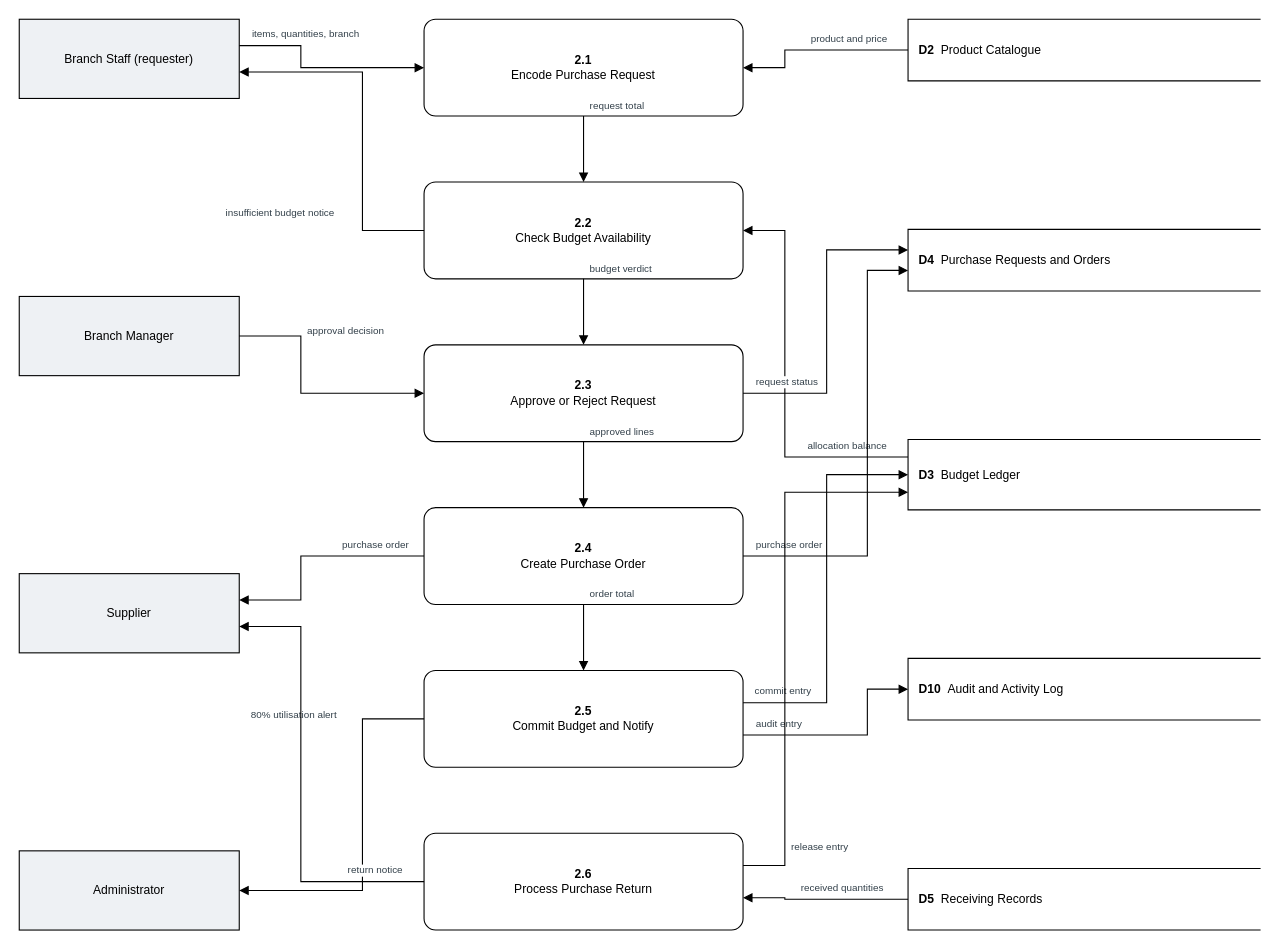
Earlier version of the draw.io diagram docs/dfd-drawio-single/Level-2-Process-2-0-Procurement.drawio (GROUP34-AirkingCapsProj/group34). Source tidied: cells renumbered, new cells numbered last; positions are measured from the earlier drawing's top-left corner, leaving out a move shared by most shapes. Both pictures are drawn from the tidied source at 110%, with x=0, y=0 at pixel (19, 19).
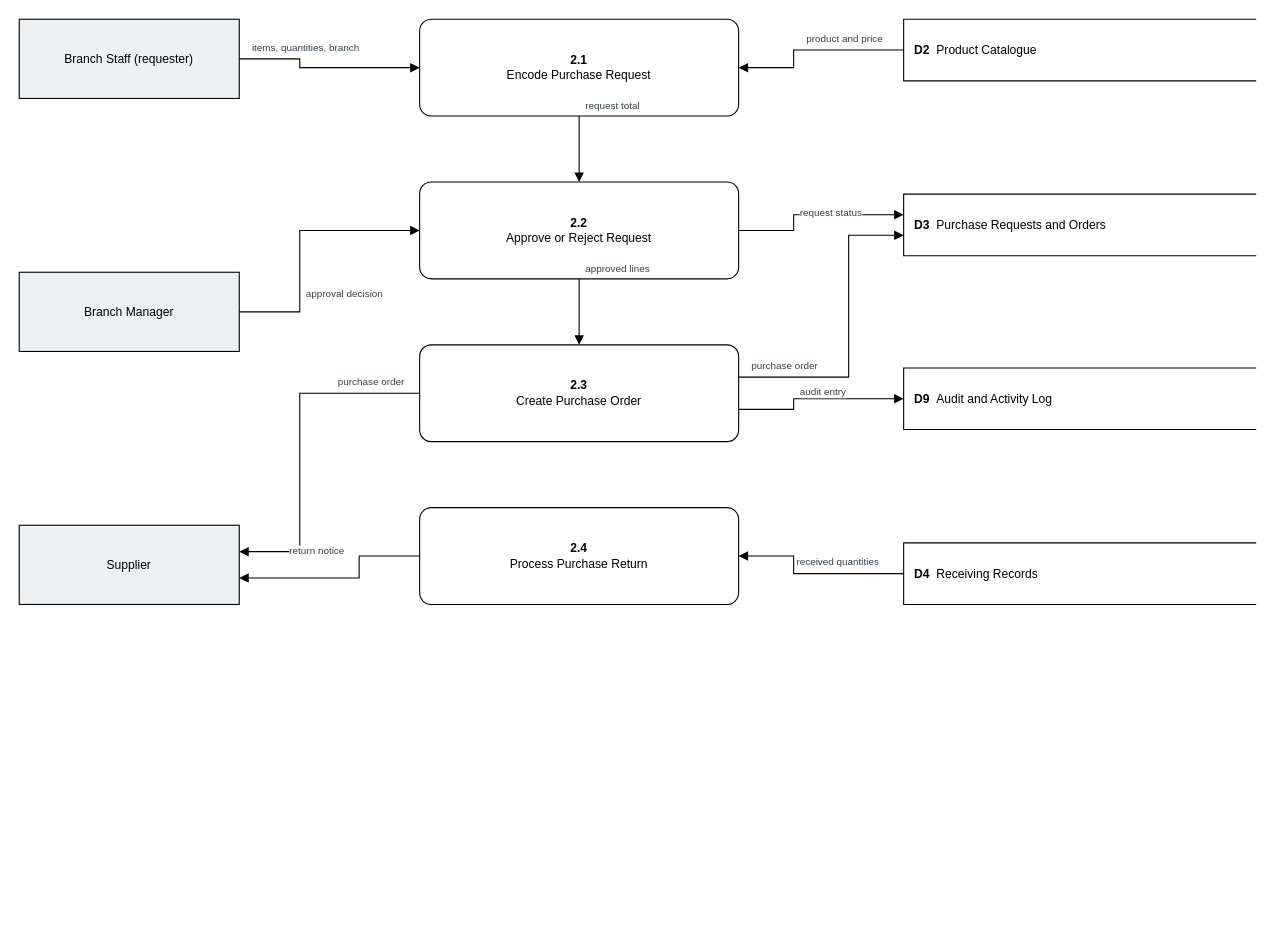
Above is the later version.

Unchanged cells that the change refers to:
```xml
<mxCell id="2" value="Branch Staff (requester)" style="rounded=0;whiteSpace=wrap;html=1;fillColor=#eef1f4;strokeColor=#000000;fontColor=#000000;fontSize=11;" parent="1" vertex="1">
  <mxGeometry width="200" height="72" as="geometry" />
</mxCell>
```

What changed in the source:
```diff
@@
     <mxCell id="3" value="Branch Manager" style="rounded=0;whiteSpace=wrap;html=1;fillColor=#eef1f4;strokeColor=#000000;fontColor=#000000;fontSize=11;" parent="1" vertex="1">
-      <mxGeometry y="252" width="200" height="72" as="geometry" />
+      <mxGeometry y="230" width="200" height="72" as="geometry" />
     </mxCell>
     <mxCell id="4" value="Supplier" style="rounded=0;whiteSpace=wrap;html=1;fillColor=#eef1f4;strokeColor=#000000;fontColor=#000000;fontSize=11;" parent="1" vertex="1">
-      <mxGeometry y="504" width="200" height="72" as="geometry" />
+      <mxGeometry y="460" width="200" height="72" as="geometry" />
     </mxCell>
-    <mxCell id="5" value="Administrator" style="rounded=0;whiteSpace=wrap;html=1;fillColor=#eef1f4;strokeColor=#000000;fontColor=#000000;fontSize=11;" parent="1" vertex="1">
-      <mxGeometry y="756" width="200" height="72" as="geometry" />
-    </mxCell>
     <mxCell id="6" value="&lt;b&gt;D2&lt;/b&gt;&amp;nbsp;&amp;nbsp;Product Catalogue" style="shape=partialRectangle;right=0;whiteSpace=wrap;html=1;fillColor=#ffffff;strokeColor=#000000;fontColor=#000000;fontSize=11;align=left;spacingLeft=8;" parent="1" vertex="1">
-      <mxGeometry x="808" width="320" height="56" as="geometry" />
+      <mxGeometry x="804" width="320" height="56" as="geometry" />
     </mxCell>
-    <mxCell id="7" value="&lt;b&gt;D4&lt;/b&gt;&amp;nbsp;&amp;nbsp;Purchase Requests and Orders" style="shape=partialRectangle;right=0;whiteSpace=wrap;html=1;fillColor=#ffffff;strokeColor=#000000;fontColor=#000000;fontSize=11;align=left;spacingLeft=8;" parent="1" vertex="1">
-      <mxGeometry x="808" y="191" width="320" height="56" as="geometry" />
+    <mxCell id="7" value="&lt;b&gt;D3&lt;/b&gt;&amp;nbsp;&amp;nbsp;Purchase Requests and Orders" style="shape=partialRectangle;right=0;whiteSpace=wrap;html=1;fillColor=#ffffff;strokeColor=#000000;fontColor=#000000;fontSize=11;align=left;spacingLeft=8;" parent="1" vertex="1">
+      <mxGeometry x="804" y="159" width="320" height="56" as="geometry" />
     </mxCell>
-    <mxCell id="8" value="&lt;b&gt;D3&lt;/b&gt;&amp;nbsp;&amp;nbsp;Budget Ledger" style="shape=partialRectangle;right=0;whiteSpace=wrap;html=1;fillColor=#ffffff;strokeColor=#000000;fontColor=#000000;fontSize=11;align=left;spacingLeft=8;" parent="1" vertex="1">
-      <mxGeometry x="808" y="382" width="320" height="64" as="geometry" />
-    </mxCell>
-    <mxCell id="9" value="&lt;b&gt;D10&lt;/b&gt;&amp;nbsp;&amp;nbsp;Audit and Activity Log" style="shape=partialRectangle;right=0;whiteSpace=wrap;html=1;fillColor=#ffffff;strokeColor=#000000;fontColor=#000000;fontSize=11;align=left;spacingLeft=8;" parent="1" vertex="1">
-      <mxGeometry x="808" y="581" width="320" height="56" as="geometry" />
+    <mxCell id="9" value="&lt;b&gt;D9&lt;/b&gt;&amp;nbsp;&amp;nbsp;Audit and Activity Log" style="shape=partialRectangle;right=0;whiteSpace=wrap;html=1;fillColor=#ffffff;strokeColor=#000000;fontColor=#000000;fontSize=11;align=left;spacingLeft=8;" parent="1" vertex="1">
+      <mxGeometry x="804" y="317" width="320" height="56" as="geometry" />
     </mxCell>
-    <mxCell id="10" value="&lt;b&gt;D5&lt;/b&gt;&amp;nbsp;&amp;nbsp;Receiving Records" style="shape=partialRectangle;right=0;whiteSpace=wrap;html=1;fillColor=#ffffff;strokeColor=#000000;fontColor=#000000;fontSize=11;align=left;spacingLeft=8;" parent="1" vertex="1">
-      <mxGeometry x="808" y="772" width="320" height="56" as="geometry" />
+    <mxCell id="10" value="&lt;b&gt;D4&lt;/b&gt;&amp;nbsp;&amp;nbsp;Receiving Records" style="shape=partialRectangle;right=0;whiteSpace=wrap;html=1;fillColor=#ffffff;strokeColor=#000000;fontColor=#000000;fontSize=11;align=left;spacingLeft=8;" parent="1" vertex="1">
+      <mxGeometry x="804" y="476" width="320" height="56" as="geometry" />
     </mxCell>
     <mxCell id="11" value="&lt;b&gt;2.1&lt;/b&gt;&lt;br&gt;Encode Purchase Request" style="rounded=1;arcSize=12;whiteSpace=wrap;html=1;fillColor=#ffffff;strokeColor=#000000;fontColor=#000000;fontSize=11;verticalAlign=middle;" parent="1" vertex="1">
-      <mxGeometry x="368" width="290" height="88" as="geometry" />
+      <mxGeometry x="364" width="290" height="88" as="geometry" />
     </mxCell>
-    <mxCell id="12" value="&lt;b&gt;2.2&lt;/b&gt;&lt;br&gt;Check Budget Availability" style="rounded=1;arcSize=12;whiteSpace=wrap;html=1;fillColor=#ffffff;strokeColor=#000000;fontColor=#000000;fontSize=11;verticalAlign=middle;" parent="1" vertex="1">
-      <mxGeometry x="368" y="148" width="290" height="88" as="geometry" />
-    </mxCell>
-    <mxCell id="13" value="&lt;b&gt;2.3&lt;/b&gt;&lt;br&gt;Approve or Reject Request" style="rounded=1;arcSize=12;whiteSpace=wrap;html=1;fillColor=#ffffff;strokeColor=#000000;fontColor=#000000;fontSize=11;verticalAlign=middle;" parent="1" vertex="1">
-      <mxGeometry x="368" y="296" width="290" height="88" as="geometry" />
+    <mxCell id="13" value="&lt;b&gt;2.2&lt;/b&gt;&lt;br&gt;Approve or Reject Request" style="rounded=1;arcSize=12;whiteSpace=wrap;html=1;fillColor=#ffffff;strokeColor=#000000;fontColor=#000000;fontSize=11;verticalAlign=middle;" parent="1" vertex="1">
+      <mxGeometry x="364" y="148" width="290" height="88" as="geometry" />
     </mxCell>
-    <mxCell id="14" value="&lt;b&gt;2.4&lt;/b&gt;&lt;br&gt;Create Purchase Order" style="rounded=1;arcSize=12;whiteSpace=wrap;html=1;fillColor=#ffffff;strokeColor=#000000;fontColor=#000000;fontSize=11;verticalAlign=middle;" parent="1" vertex="1">
-      <mxGeometry x="368" y="444" width="290" height="88" as="geometry" />
+    <mxCell id="14" value="&lt;b&gt;2.3&lt;/b&gt;&lt;br&gt;Create Purchase Order" style="rounded=1;arcSize=12;whiteSpace=wrap;html=1;fillColor=#ffffff;strokeColor=#000000;fontColor=#000000;fontSize=11;verticalAlign=middle;" parent="1" vertex="1">
+      <mxGeometry x="364" y="296" width="290" height="88" as="geometry" />
     </mxCell>
-    <mxCell id="15" value="&lt;b&gt;2.5&lt;/b&gt;&lt;br&gt;Commit Budget and Notify" style="rounded=1;arcSize=12;whiteSpace=wrap;html=1;fillColor=#ffffff;strokeColor=#000000;fontColor=#000000;fontSize=11;verticalAlign=middle;" parent="1" vertex="1">
-      <mxGeometry x="368" y="592" width="290" height="88" as="geometry" />
-    </mxCell>
-    <mxCell id="16" value="&lt;b&gt;2.6&lt;/b&gt;&lt;br&gt;Process Purchase Return" style="rounded=1;arcSize=12;whiteSpace=wrap;html=1;fillColor=#ffffff;strokeColor=#000000;fontColor=#000000;fontSize=11;verticalAlign=middle;" parent="1" vertex="1">
-      <mxGeometry x="368" y="740" width="290" height="88" as="geometry" />
+    <mxCell id="16" value="&lt;b&gt;2.4&lt;/b&gt;&lt;br&gt;Process Purchase Return" style="rounded=1;arcSize=12;whiteSpace=wrap;html=1;fillColor=#ffffff;strokeColor=#000000;fontColor=#000000;fontSize=11;verticalAlign=middle;" parent="1" vertex="1">
+      <mxGeometry x="364" y="444" width="290" height="88" as="geometry" />
     </mxCell>
-    <mxCell id="17" value="items, quantities, branch" style="edgeStyle=orthogonalEdgeStyle;rounded=0;html=1;strokeColor=#000000;fontColor=#33404a;fontSize=9;endArrow=block;endFill=1;labelBackgroundColor=#ffffff;align=left;verticalAlign=bottom;exitX=1.0000;exitY=0.3333;exitDx=0;exitDy=0;entryX=0.0000;entryY=0.5000;entryDx=0;entryDy=0;" parent="1" edge="1" source="2" target="11">
-      <mxGeometry x="-0.94" relative="1" as="geometry">
+    <mxCell id="17" value="items, quantities, branch" style="edgeStyle=orthogonalEdgeStyle;rounded=0;html=1;strokeColor=#000000;fontColor=#33404a;fontSize=9;endArrow=block;endFill=1;labelBackgroundColor=#ffffff;align=left;verticalAlign=bottom;exitX=1.0000;exitY=0.5000;exitDx=0;exitDy=0;entryX=0.0000;entryY=0.5000;entryDx=0;entryDy=0;" parent="1" edge="1" source="2" target="11">
+      <mxGeometry x="-0.93" relative="1" as="geometry">
         <Array as="points">
-          <mxPoint x="256" y="24" />
-          <mxPoint x="256" y="44" />
+          <mxPoint x="255" y="36" />
+          <mxPoint x="255" y="44" />
         </Array>
         <mxPoint x="4" y="-2" as="offset" />
       </mxGeometry>
     </mxCell>
     <mxCell id="18" value="product and price" style="edgeStyle=orthogonalEdgeStyle;rounded=0;html=1;strokeColor=#000000;fontColor=#33404a;fontSize=9;endArrow=block;endFill=1;labelBackgroundColor=#ffffff;align=left;verticalAlign=bottom;exitX=0.0000;exitY=0.5000;exitDx=0;exitDy=0;entryX=1.0000;entryY=0.5000;entryDx=0;entryDy=0;" parent="1" edge="1" source="6" target="11">
       <mxGeometry x="-0.93" relative="1" as="geometry">
         <Array as="points">
-          <mxPoint x="696" y="28" />
-          <mxPoint x="696" y="44" />
+          <mxPoint x="704" y="28" />
+          <mxPoint x="704" y="44" />
         </Array>
         <mxPoint x="-84" y="-2" as="offset" />
       </mxGeometry>
     </mxCell>
-    <mxCell id="19" value="request total" style="edgeStyle=orthogonalEdgeStyle;rounded=0;html=1;strokeColor=#000000;fontColor=#33404a;fontSize=9;endArrow=block;endFill=1;labelBackgroundColor=#ffffff;align=left;verticalAlign=bottom;exitX=0.5000;exitY=1.0000;exitDx=0;exitDy=0;entryX=0.5000;entryY=0.0000;entryDx=0;entryDy=0;" parent="1" edge="1" source="11" target="12">
+    <mxCell id="19" value="request total" style="edgeStyle=orthogonalEdgeStyle;rounded=0;html=1;strokeColor=#000000;fontColor=#33404a;fontSize=9;endArrow=block;endFill=1;labelBackgroundColor=#ffffff;align=left;verticalAlign=bottom;exitX=0.5000;exitY=1.0000;exitDx=0;exitDy=0;entryX=0.5000;entryY=0.0000;entryDx=0;entryDy=0;" parent="1" edge="1" source="11" target="13">
       <mxGeometry x="-0.98" relative="1" as="geometry">
         <mxPoint x="4" y="-2" as="offset" />
       </mxGeometry>
     </mxCell>
-    <mxCell id="20" value="allocation balance" style="edgeStyle=orthogonalEdgeStyle;rounded=0;html=1;strokeColor=#000000;fontColor=#33404a;fontSize=9;endArrow=block;endFill=1;labelBackgroundColor=#ffffff;align=left;verticalAlign=bottom;exitX=0.0000;exitY=0.2500;exitDx=0;exitDy=0;entryX=1.0000;entryY=0.5000;entryDx=0;entryDy=0;" parent="1" edge="1" source="8" target="12">
-      <mxGeometry x="-0.97" relative="1" as="geometry">
-        <Array as="points">
-          <mxPoint x="696" y="398" />
-          <mxPoint x="696" y="192" />
-        </Array>
-        <mxPoint x="-88" y="-2" as="offset" />
-      </mxGeometry>
-    </mxCell>
-    <mxCell id="21" value="budget verdict" style="edgeStyle=orthogonalEdgeStyle;rounded=0;html=1;strokeColor=#000000;fontColor=#33404a;fontSize=9;endArrow=block;endFill=1;labelBackgroundColor=#ffffff;align=left;verticalAlign=bottom;exitX=0.5000;exitY=1.0000;exitDx=0;exitDy=0;entryX=0.5000;entryY=0.0000;entryDx=0;entryDy=0;" parent="1" edge="1" source="12" target="13">
-      <mxGeometry x="-0.98" relative="1" as="geometry">
-        <mxPoint x="4" y="-2" as="offset" />
-      </mxGeometry>
-    </mxCell>
-    <mxCell id="22" value="insufficient budget notice" style="edgeStyle=orthogonalEdgeStyle;rounded=0;html=1;strokeColor=#000000;fontColor=#33404a;fontSize=9;endArrow=block;endFill=1;labelBackgroundColor=#ffffff;align=left;verticalAlign=bottom;exitX=0.0000;exitY=0.5000;exitDx=0;exitDy=0;entryX=1.0000;entryY=0.6667;entryDx=0;entryDy=0;" parent="1" edge="1" source="12" target="2">
-      <mxGeometry x="-0.6" relative="1" as="geometry">
-        <Array as="points">
-          <mxPoint x="312" y="192" />
-          <mxPoint x="312" y="48" />
-        </Array>
-        <mxPoint x="-126" y="-2" as="offset" />
-      </mxGeometry>
-    </mxCell>
     <mxCell id="23" value="approval decision" style="edgeStyle=orthogonalEdgeStyle;rounded=0;html=1;strokeColor=#000000;fontColor=#33404a;fontSize=9;endArrow=block;endFill=1;labelBackgroundColor=#ffffff;align=left;verticalAlign=bottom;exitX=1.0000;exitY=0.5000;exitDx=0;exitDy=0;entryX=0.0000;entryY=0.5000;entryDx=0;entryDy=0;" parent="1" edge="1" source="3" target="13">
-      <mxGeometry x="-0.44" relative="1" as="geometry">
+      <mxGeometry x="-0.49" relative="1" as="geometry">
         <Array as="points">
-          <mxPoint x="256" y="288" />
-          <mxPoint x="256" y="340" />
+          <mxPoint x="255" y="266" />
+          <mxPoint x="255" y="192" />
         </Array>
         <mxPoint x="4" y="-2" as="offset" />
       </mxGeometry>
     </mxCell>
     <mxCell id="24" value="request status" style="edgeStyle=orthogonalEdgeStyle;rounded=0;html=1;strokeColor=#000000;fontColor=#33404a;fontSize=9;endArrow=block;endFill=1;labelBackgroundColor=#ffffff;align=left;verticalAlign=bottom;exitX=1.0000;exitY=0.5000;exitDx=0;exitDy=0;entryX=0.0000;entryY=0.3333;entryDx=0;entryDy=0;" parent="1" edge="1" source="13" target="7">
-      <mxGeometry x="-0.96" relative="1" as="geometry">
+      <mxGeometry x="-0.32" relative="1" as="geometry">
         <Array as="points">
-          <mxPoint x="734" y="340" />
-          <mxPoint x="734" y="210" />
+          <mxPoint x="704" y="192" />
+          <mxPoint x="704" y="178" />
         </Array>
         <mxPoint x="4" y="-2" as="offset" />
       </mxGeometry>
     </mxCell>
@@
-    <mxCell id="26" value="purchase order" style="edgeStyle=orthogonalEdgeStyle;rounded=0;html=1;strokeColor=#000000;fontColor=#33404a;fontSize=9;endArrow=block;endFill=1;labelBackgroundColor=#ffffff;align=left;verticalAlign=bottom;exitX=1.0000;exitY=0.5000;exitDx=0;exitDy=0;entryX=0.0000;entryY=0.6667;entryDx=0;entryDy=0;" parent="1" edge="1" source="14" target="7">
-      <mxGeometry x="-0.97" relative="1" as="geometry">
+    <mxCell id="26" value="purchase order" style="edgeStyle=orthogonalEdgeStyle;rounded=0;html=1;strokeColor=#000000;fontColor=#33404a;fontSize=9;endArrow=block;endFill=1;labelBackgroundColor=#ffffff;align=left;verticalAlign=bottom;exitX=1.0000;exitY=0.3333;exitDx=0;exitDy=0;entryX=0.0000;entryY=0.6667;entryDx=0;entryDy=0;" parent="1" edge="1" source="14" target="7">
+      <mxGeometry x="-0.96" relative="1" as="geometry">
         <Array as="points">
-          <mxPoint x="771" y="488" />
-          <mxPoint x="771" y="228" />
+          <mxPoint x="754" y="325" />
+          <mxPoint x="754" y="196" />
         </Array>
         <mxPoint x="4" y="-2" as="offset" />
       </mxGeometry>
     </mxCell>
     <mxCell id="27" value="purchase order" style="edgeStyle=orthogonalEdgeStyle;rounded=0;html=1;strokeColor=#000000;fontColor=#33404a;fontSize=9;endArrow=block;endFill=1;labelBackgroundColor=#ffffff;align=left;verticalAlign=bottom;exitX=0.0000;exitY=0.5000;exitDx=0;exitDy=0;entryX=1.0000;entryY=0.3333;entryDx=0;entryDy=0;" parent="1" edge="1" source="14" target="4">
-      <mxGeometry x="-0.94" relative="1" as="geometry">
+      <mxGeometry x="-0.96" relative="1" as="geometry">
         <Array as="points">
-          <mxPoint x="256" y="488" />
-          <mxPoint x="256" y="528" />
+          <mxPoint x="255" y="340" />
+          <mxPoint x="255" y="484" />
         </Array>
         <mxPoint x="-70" y="-2" as="offset" />
       </mxGeometry>
     </mxCell>
-    <mxCell id="28" value="order total" style="edgeStyle=orthogonalEdgeStyle;rounded=0;html=1;strokeColor=#000000;fontColor=#33404a;fontSize=9;endArrow=block;endFill=1;labelBackgroundColor=#ffffff;align=left;verticalAlign=bottom;exitX=0.5000;exitY=1.0000;exitDx=0;exitDy=0;entryX=0.5000;entryY=0.0000;entryDx=0;entryDy=0;" parent="1" edge="1" source="14" target="15">
-      <mxGeometry x="-0.98" relative="1" as="geometry">
-        <mxPoint x="4" y="-2" as="offset" />
-      </mxGeometry>
-    </mxCell>
-    <mxCell id="29" value="commit entry" style="edgeStyle=orthogonalEdgeStyle;rounded=0;html=1;strokeColor=#000000;fontColor=#33404a;fontSize=9;endArrow=block;endFill=1;labelBackgroundColor=#ffffff;align=left;verticalAlign=bottom;exitX=1.0000;exitY=0.3333;exitDx=0;exitDy=0;entryX=0.0000;entryY=0.5000;entryDx=0;entryDy=0;" parent="1" edge="1" source="15" target="8">
-      <mxGeometry x="-0.97" relative="1" as="geometry">
-        <Array as="points">
-          <mxPoint x="734" y="621" />
-          <mxPoint x="734" y="414" />
-        </Array>
-        <mxPoint x="4" y="-2" as="offset" />
-      </mxGeometry>
-    </mxCell>
-    <mxCell id="30" value="80% utilisation alert" style="edgeStyle=orthogonalEdgeStyle;rounded=0;html=1;strokeColor=#000000;fontColor=#33404a;fontSize=9;endArrow=block;endFill=1;labelBackgroundColor=#ffffff;align=left;verticalAlign=bottom;exitX=0.0000;exitY=0.5000;exitDx=0;exitDy=0;entryX=1.0000;entryY=0.5000;entryDx=0;entryDy=0;" parent="1" edge="1" source="15" target="5">
-      <mxGeometry x="-0.61" relative="1" as="geometry">
-        <Array as="points">
-          <mxPoint x="312" y="636" />
-          <mxPoint x="312" y="792" />
-        </Array>
-        <mxPoint x="-103" y="-2" as="offset" />
-      </mxGeometry>
-    </mxCell>
-    <mxCell id="31" value="audit entry" style="edgeStyle=orthogonalEdgeStyle;rounded=0;html=1;strokeColor=#000000;fontColor=#33404a;fontSize=9;endArrow=block;endFill=1;labelBackgroundColor=#ffffff;align=left;verticalAlign=bottom;exitX=1.0000;exitY=0.6667;exitDx=0;exitDy=0;entryX=0.0000;entryY=0.5000;entryDx=0;entryDy=0;" parent="1" edge="1" source="15" target="9">
-      <mxGeometry x="-0.94" relative="1" as="geometry">
+    <mxCell id="31" value="audit entry" style="edgeStyle=orthogonalEdgeStyle;rounded=0;html=1;strokeColor=#000000;fontColor=#33404a;fontSize=9;endArrow=block;endFill=1;labelBackgroundColor=#ffffff;align=left;verticalAlign=bottom;exitX=1.0000;exitY=0.6667;exitDx=0;exitDy=0;entryX=0.0000;entryY=0.5000;entryDx=0;entryDy=0;" parent="1" edge="1" source="14" target="9">
+      <mxGeometry x="-0.3" relative="1" as="geometry">
         <Array as="points">
-          <mxPoint x="771" y="651" />
-          <mxPoint x="771" y="609" />
+          <mxPoint x="704" y="355" />
+          <mxPoint x="704" y="345" />
         </Array>
         <mxPoint x="4" y="-2" as="offset" />
       </mxGeometry>
     </mxCell>
-    <mxCell id="32" value="received quantities" style="edgeStyle=orthogonalEdgeStyle;rounded=0;html=1;strokeColor=#000000;fontColor=#33404a;fontSize=9;endArrow=block;endFill=1;labelBackgroundColor=#ffffff;align=left;verticalAlign=bottom;exitX=0.0000;exitY=0.5000;exitDx=0;exitDy=0;entryX=1.0000;entryY=0.6667;entryDx=0;entryDy=0;" parent="1" edge="1" source="10" target="16">
-      <mxGeometry x="-0.92" relative="1" as="geometry">
+    <mxCell id="32" value="received quantities" style="edgeStyle=orthogonalEdgeStyle;rounded=0;html=1;strokeColor=#000000;fontColor=#33404a;fontSize=9;endArrow=block;endFill=1;labelBackgroundColor=#ffffff;align=left;verticalAlign=bottom;exitX=0.0000;exitY=0.5000;exitDx=0;exitDy=0;entryX=1.0000;entryY=0.5000;entryDx=0;entryDy=0;" parent="1" edge="1" source="10" target="16">
+      <mxGeometry x="-0.93" relative="1" as="geometry">
         <Array as="points">
-          <mxPoint x="696" y="800" />
-          <mxPoint x="696" y="799" />
+          <mxPoint x="704" y="504" />
+          <mxPoint x="704" y="488" />
         </Array>
         <mxPoint x="-93" y="-2" as="offset" />
       </mxGeometry>
     </mxCell>
     <mxCell id="33" value="return notice" style="edgeStyle=orthogonalEdgeStyle;rounded=0;html=1;strokeColor=#000000;fontColor=#33404a;fontSize=9;endArrow=block;endFill=1;labelBackgroundColor=#ffffff;align=left;verticalAlign=bottom;exitX=0.0000;exitY=0.5000;exitDx=0;exitDy=0;entryX=1.0000;entryY=0.6667;entryDx=0;entryDy=0;" parent="1" edge="1" source="16" target="4">
-      <mxGeometry x="-0.97" relative="1" as="geometry">
+      <mxGeometry x="-0.34" relative="1" as="geometry">
         <Array as="points">
-          <mxPoint x="256" y="784" />
-          <mxPoint x="256" y="552" />
+          <mxPoint x="309" y="488" />
+          <mxPoint x="309" y="508" />
         </Array>
         <mxPoint x="-65" y="-2" as="offset" />
       </mxGeometry>
     </mxCell>
-    <mxCell id="34" value="release entry" style="edgeStyle=orthogonalEdgeStyle;rounded=0;html=1;strokeColor=#000000;fontColor=#33404a;fontSize=9;endArrow=block;endFill=1;labelBackgroundColor=#ffffff;align=left;verticalAlign=bottom;exitX=1.0000;exitY=0.3333;exitDx=0;exitDy=0;entryX=0.0000;entryY=0.7500;entryDx=0;entryDy=0;" parent="1" edge="1" source="16" target="8">
-      <mxGeometry x="-0.82" relative="1" as="geometry">
-        <Array as="points">
-          <mxPoint x="696" y="769" />
-          <mxPoint x="696" y="430" />
-        </Array>
-        <mxPoint x="4" y="-2" as="offset" />
-      </mxGeometry>
-    </mxCell>
```
